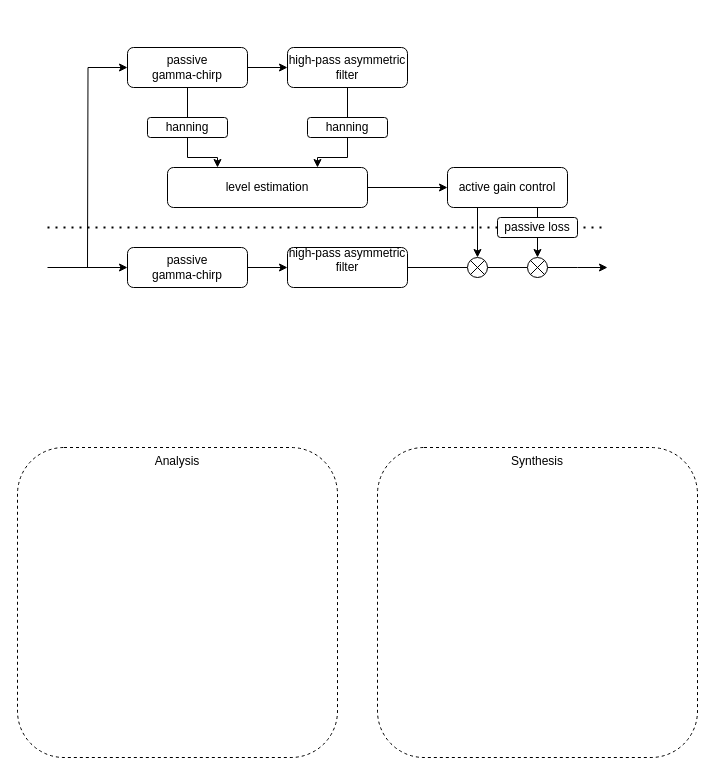
This is WHIS-Blockdiagramm.drawio from dirkbr/draw.io, a draw.io file, before an edit. Source tidied: cells renumbered, new cells numbered last; positions are measured from the earlier drawing's top-left corner, leaving out a move shared by most shapes. Both pictures are drawn from the tidied source at 100%, with x=0, y=0 at pixel (17, 47).
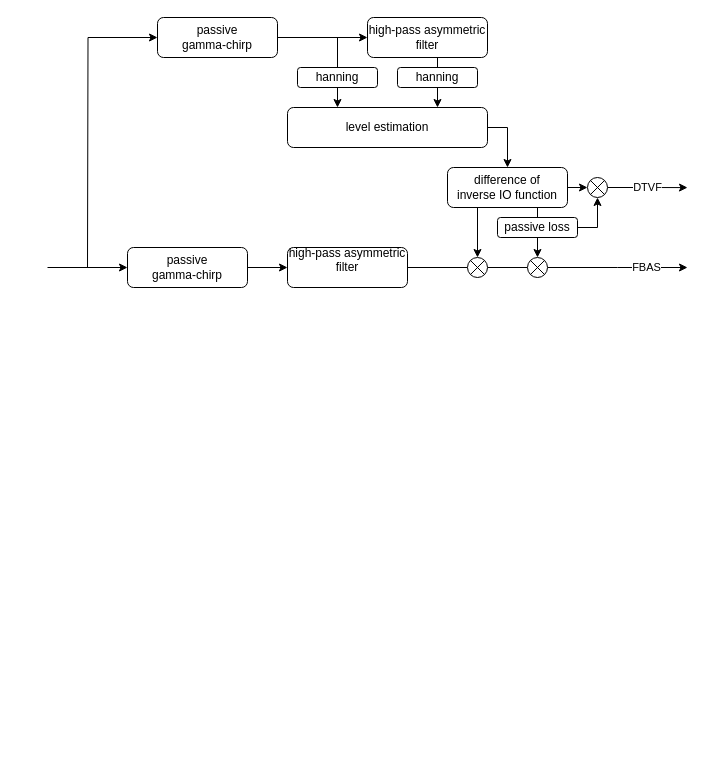
The same diagram, later.

The change refers to these unchanged cells:
```xml
<mxCell id="27" style="ellipse;whiteSpace=wrap;html=1;" parent="1" vertex="1">
  <mxGeometry x="510" y="210" width="20" height="20" as="geometry" />
</mxCell>
<mxCell id="31" value="&lt;div&gt;passive loss&lt;/div&gt;" style="rounded=1;whiteSpace=wrap;html=1;" parent="1" vertex="1">
  <mxGeometry x="480" y="170" width="80" height="20" as="geometry" />
</mxCell>
```

Change to the diagram source:
```diff
@@
-    <mxCell id="2" style="edgeStyle=orthogonalEdgeStyle;rounded=0;jettySize=auto;html=1;exitX=0.5;exitY=1;exitDx=0;exitDy=0;entryX=0.5;entryY=0;entryDx=0;entryDy=0;endArrow=none;endFill=0;" parent="1" edge="1" source="5" target="9">
-      <mxGeometry relative="1" as="geometry" />
-    </mxCell>
@@
     <mxCell id="5" value="&lt;div&gt;passive&lt;/div&gt;&lt;div&gt;gamma-chirp&lt;br&gt;&lt;/div&gt;" style="rounded=1;whiteSpace=wrap;html=1;" parent="1" vertex="1">
-      <mxGeometry x="110" width="120" height="40" as="geometry" />
+      <mxGeometry x="140" y="-30" width="120" height="40" as="geometry" />
     </mxCell>
@@
     <mxCell id="7" value="&lt;span class=&quot;fontstyle0&quot;&gt;high-pass asymmetric filter&lt;/span&gt;" style="rounded=1;whiteSpace=wrap;html=1;" parent="1" vertex="1">
-      <mxGeometry x="270" width="120" height="40" as="geometry" />
+      <mxGeometry x="350" y="-30" width="120" height="40" as="geometry" />
     </mxCell>
@@
+    <mxCell id="34" style="edgeStyle=orthogonalEdgeStyle;rounded=0;jettySize=auto;html=1;exitX=0.5;exitY=0;exitDx=0;exitDy=0;endArrow=none;endFill=0;" parent="1" edge="1" source="9">
+      <mxGeometry relative="1" as="geometry">
+        <mxPoint x="320" y="-10" as="targetPoint" />
+      </mxGeometry>
+    </mxCell>
     <mxCell id="9" value="hanning" style="rounded=1;whiteSpace=wrap;html=1;" parent="1" vertex="1">
-      <mxGeometry x="130" y="70" width="80" height="20" as="geometry" />
+      <mxGeometry x="280" y="20" width="80" height="20" as="geometry" />
     </mxCell>
@@
     <mxCell id="11" value="hanning" style="rounded=1;whiteSpace=wrap;html=1;" parent="1" vertex="1">
-      <mxGeometry x="290" y="70" width="80" height="20" as="geometry" />
+      <mxGeometry x="380" y="20" width="80" height="20" as="geometry" />
     </mxCell>
@@
     <mxCell id="13" value="level estimation" style="rounded=1;whiteSpace=wrap;html=1;" parent="1" vertex="1">
-      <mxGeometry x="150" y="120" width="200" height="40" as="geometry" />
+      <mxGeometry x="270" y="60" width="200" height="40" as="geometry" />
     </mxCell>
@@
+    <mxCell id="35" style="edgeStyle=orthogonalEdgeStyle;rounded=0;jettySize=auto;html=1;exitX=1;exitY=0.5;exitDx=0;exitDy=0;entryX=0;entryY=0.5;entryDx=0;entryDy=0;" parent="1" edge="1" source="16" target="38">
+      <mxGeometry relative="1" as="geometry" />
+    </mxCell>
-    <mxCell id="16" value="active gain control" style="rounded=1;whiteSpace=wrap;html=1;" parent="1" vertex="1">
+    <mxCell id="16" value="&lt;div&gt;difference of&lt;/div&gt;&lt;div&gt;inverse IO function&lt;/div&gt;" style="rounded=1;whiteSpace=wrap;html=1;" parent="1" vertex="1">
       <mxGeometry x="430" y="120" width="120" height="40" as="geometry" />
     </mxCell>
@@
-    <mxCell id="26" style="edgeStyle=orthogonalEdgeStyle;rounded=0;jettySize=auto;html=1;exitX=1;exitY=0.5;exitDx=0;exitDy=0;" parent="1" edge="1" source="27">
-      <mxGeometry relative="1" as="geometry">
-        <mxPoint x="590" y="220" as="targetPoint" />
+    <mxCell id="26" value="FBAS" style="edgeStyle=orthogonalEdgeStyle;rounded=0;jettySize=auto;exitX=1;exitY=0.5;exitDx=0;exitDy=0;spacingLeft=0;html=1;labelBorderColor=none;textShadow=0;" parent="1" edge="1" source="27">
+      <mxGeometry x="0.43" relative="1" as="geometry">
+        <mxPoint x="670" y="220" as="targetPoint" />
       </mxGeometry>
     </mxCell>
@@
-    <mxCell id="30" style="endArrow=none;dashed=1;html=1;dashPattern=1 3;strokeWidth=2;rounded=0;" parent="1" edge="1">
-      <mxGeometry relative="1" as="geometry">
-        <mxPoint x="30" y="180" as="sourcePoint" />
-        <mxPoint x="590" y="180" as="targetPoint" />
-      </mxGeometry>
-    </mxCell>
+    <mxCell id="36" style="edgeStyle=orthogonalEdgeStyle;rounded=0;jettySize=auto;html=1;exitX=1;exitY=0.5;exitDx=0;exitDy=0;entryX=0.5;entryY=1;entryDx=0;entryDy=0;" parent="1" edge="1" source="31" target="38">
+      <mxGeometry relative="1" as="geometry" />
+    </mxCell>
@@
-    <mxCell id="32" value="Analysis" style="rounded=1;whiteSpace=wrap;html=1;align=center;verticalAlign=top;dashed=1;" parent="1" vertex="1">
-      <mxGeometry y="400" width="320" height="310" as="geometry" />
-    </mxCell>
-    <mxCell id="33" value="Synthesis" style="rounded=1;whiteSpace=wrap;html=1;align=center;verticalAlign=top;dashed=1;" parent="1" vertex="1">
-      <mxGeometry x="360" y="400" width="320" height="310" as="geometry" />
-    </mxCell>
+    <mxCell id="37" value="DTVF" style="edgeStyle=orthogonalEdgeStyle;rounded=0;jettySize=auto;html=1;exitX=1;exitY=0.5;exitDx=0;exitDy=0;" parent="1" edge="1" source="38">
+      <mxGeometry relative="1" as="geometry">
+        <mxPoint x="670" y="140.1" as="targetPoint" />
+      </mxGeometry>
+    </mxCell>
+    <mxCell id="38" style="ellipse;whiteSpace=wrap;html=1;" parent="1" vertex="1">
+      <mxGeometry x="570" y="130" width="20" height="20" as="geometry" />
+    </mxCell>
+    <mxCell id="39" style="rounded=0;orthogonalLoop=1;jettySize=auto;html=1;exitX=0;exitY=1;exitDx=0;exitDy=0;entryX=1;entryY=0;entryDx=0;entryDy=0;endArrow=none;endFill=0;" parent="1" edge="1" source="38" target="38">
+      <mxGeometry relative="1" as="geometry" />
+    </mxCell>
+    <mxCell id="40" style="rounded=0;orthogonalLoop=1;jettySize=auto;html=1;exitX=0;exitY=0;exitDx=0;exitDy=0;entryX=1;entryY=1;entryDx=0;entryDy=0;endArrow=none;endFill=0;" parent="1" edge="1" source="38" target="38">
+      <mxGeometry relative="1" as="geometry" />
+    </mxCell>
```
